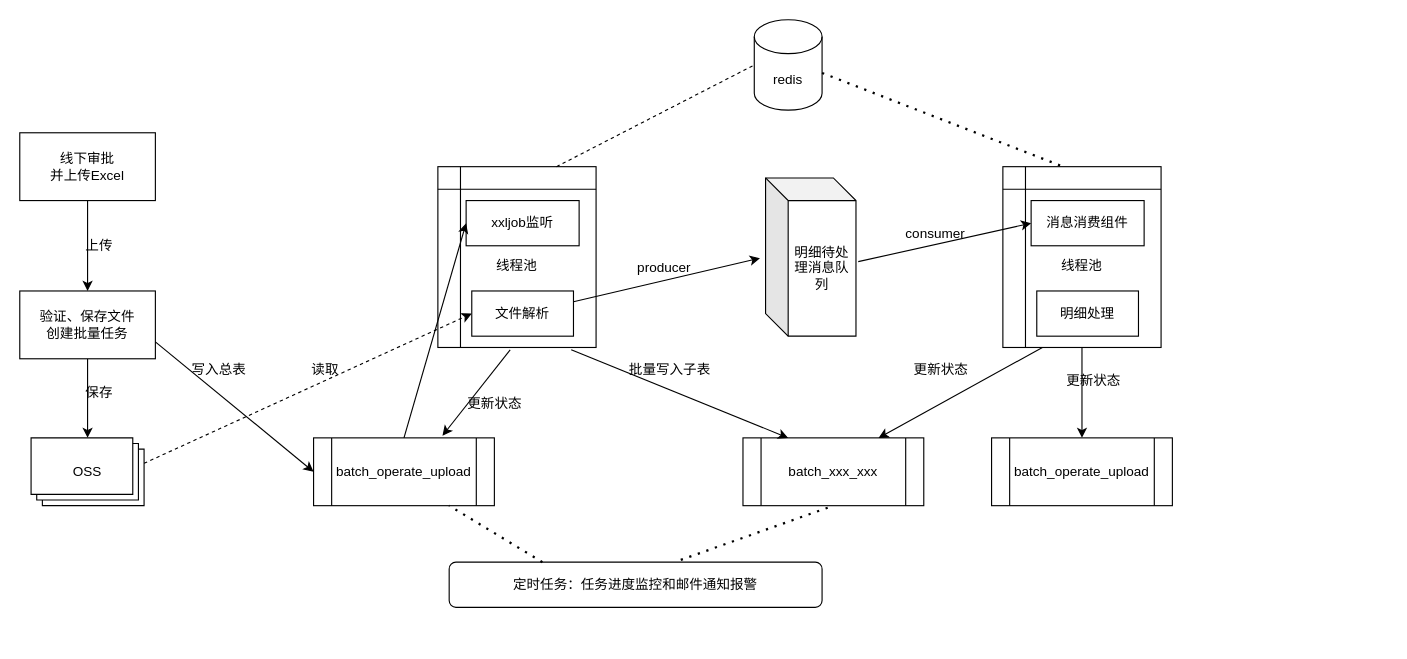
Before: batch_operate_upload.drawio in mirai3zZ/mojito, a draw.io diagram. Source tidied: cells renumbered, new cells numbered last; positions are measured from the earlier drawing's top-left corner, leaving out a move shared by most shapes. Both pictures are drawn from the tidied source at 113%, with x=0, y=0 at pixel (19, 19).
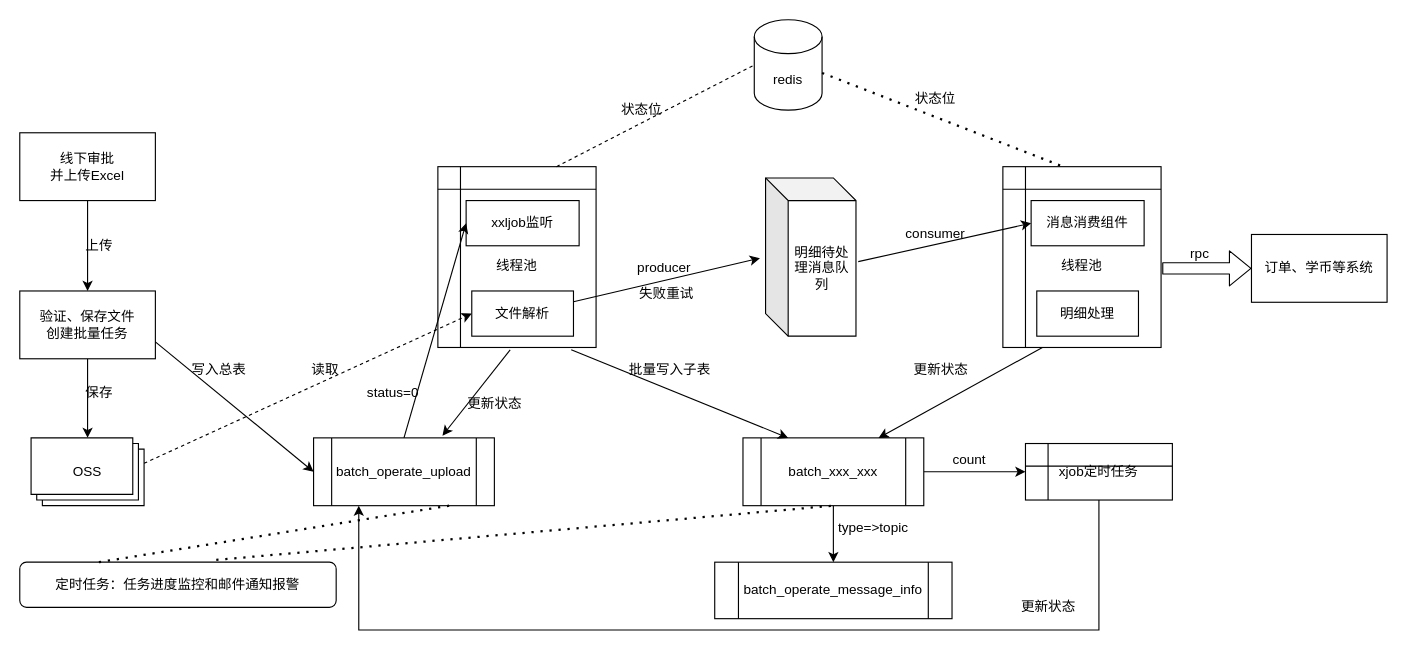
The same diagram, later.

Unchanged cells that the change refers to:
```xml
<mxCell id="9" value="batch_operate_upload" style="shape=process;whiteSpace=wrap;html=1;backgroundOutline=1;" parent="1" vertex="1">
  <mxGeometry x="260" y="370" width="160" height="60" as="geometry" />
</mxCell>
<mxCell id="27" value="&lt;br&gt;线程池&lt;br&gt;" style="shape=internalStorage;whiteSpace=wrap;html=1;backgroundOutline=1;" parent="1" vertex="1">
  <mxGeometry x="870" y="130" width="140" height="160" as="geometry" />
</mxCell>
<mxCell id="33" value="batch_xxx_xxx" style="shape=process;whiteSpace=wrap;html=1;backgroundOutline=1;" parent="1" vertex="1">
  <mxGeometry x="640" y="370" width="160" height="60" as="geometry" />
</mxCell>
```

Diff of the diagram source:
```diff
@@
-    <mxCell id="26" style="edgeStyle=orthogonalEdgeStyle;rounded=0;jettySize=auto;html=1;" parent="1" edge="1" source="27" target="38">
-      <mxGeometry relative="1" as="geometry" />
-    </mxCell>
@@
+    <mxCell id="43" style="edgeStyle=orthogonalEdgeStyle;rounded=0;jettySize=auto;html=1;" parent="1" edge="1" source="33" target="49">
+      <mxGeometry relative="1" as="geometry" />
+    </mxCell>
+    <mxCell id="44" style="edgeStyle=orthogonalEdgeStyle;rounded=0;jettySize=auto;html=1;" parent="1" edge="1" source="33" target="51">
+      <mxGeometry relative="1" as="geometry" />
+    </mxCell>
@@
-    <mxCell id="38" value="batch_operate_upload" style="shape=process;whiteSpace=wrap;html=1;backgroundOutline=1;" parent="1" vertex="1">
-      <mxGeometry x="860" y="370" width="160" height="60" as="geometry" />
-    </mxCell>
     <mxCell id="39" value="更新状态" style="text;html=1;align=center;verticalAlign=middle;" parent="1" vertex="1">
-      <mxGeometry x="920" y="310" width="60" height="20" as="geometry" />
+      <mxGeometry x="880" y="510" width="60" height="20" as="geometry" />
     </mxCell>
     <mxCell id="40" value="定时任务：任务进度监控和邮件通知报警" style="rounded=1;whiteSpace=wrap;html=1;" parent="1" vertex="1">
-      <mxGeometry x="380" y="480" width="330" height="40" as="geometry" />
+      <mxGeometry y="480" width="280" height="40" as="geometry" />
     </mxCell>
@@
+    <mxCell id="45" value="status=0" style="text;html=1;align=center;verticalAlign=middle;" parent="1" vertex="1">
+      <mxGeometry x="300" y="320" width="60" height="20" as="geometry" />
+    </mxCell>
+    <mxCell id="46" value="状态位" style="text;html=1;align=center;verticalAlign=middle;" parent="1" vertex="1">
+      <mxGeometry x="525" y="70" width="50" height="20" as="geometry" />
+    </mxCell>
+    <mxCell id="47" value="状态位" style="text;html=1;align=center;verticalAlign=middle;" parent="1" vertex="1">
+      <mxGeometry x="785" y="60" width="50" height="20" as="geometry" />
+    </mxCell>
+    <mxCell id="48" style="edgeStyle=orthogonalEdgeStyle;rounded=0;jettySize=auto;html=1;entryX=0.25;entryY=1;entryDx=0;entryDy=0;" parent="1" edge="1" source="49" target="9">
+      <mxGeometry relative="1" as="geometry">
+        <Array as="points">
+          <mxPoint x="955" y="540" />
+          <mxPoint x="300" y="540" />
+        </Array>
+      </mxGeometry>
+    </mxCell>
+    <mxCell id="49" value="xjob定时任务" style="shape=internalStorage;whiteSpace=wrap;html=1;backgroundOutline=1;" parent="1" vertex="1">
+      <mxGeometry x="890" y="375" width="130" height="50" as="geometry" />
+    </mxCell>
+    <mxCell id="50" value="count" style="text;html=1;align=center;verticalAlign=middle;" parent="1" vertex="1">
+      <mxGeometry x="820" y="380" width="40" height="20" as="geometry" />
+    </mxCell>
+    <mxCell id="51" value="batch_operate_message_info" style="shape=process;whiteSpace=wrap;html=1;backgroundOutline=1;" parent="1" vertex="1">
+      <mxGeometry x="615" y="480" width="210" height="50" as="geometry" />
+    </mxCell>
+    <mxCell id="52" value="type=&amp;gt;topic" style="text;html=1;align=center;verticalAlign=middle;" parent="1" vertex="1">
+      <mxGeometry x="715" y="440" width="80" height="20" as="geometry" />
+    </mxCell>
+    <mxCell id="53" value="订单、学币等系统" style="rounded=0;whiteSpace=wrap;html=1;" parent="1" vertex="1">
+      <mxGeometry x="1090" y="190" width="120" height="60" as="geometry" />
+    </mxCell>
+    <mxCell id="54" style="shape=flexArrow;endArrow=classic;html=1;entryX=0;entryY=0.5;entryDx=0;entryDy=0;" parent="1" edge="1" target="53">
+      <mxGeometry relative="1" as="geometry">
+        <mxPoint x="1011" y="220" as="sourcePoint" />
+      </mxGeometry>
+    </mxCell>
+    <mxCell id="55" value="rpc" style="text;html=1;align=center;verticalAlign=middle;" parent="1" vertex="1">
+      <mxGeometry x="1029" y="197" width="30" height="20" as="geometry" />
+    </mxCell>
+    <mxCell id="56" value="失败重试" style="text;html=1;align=center;verticalAlign=middle;" parent="1" vertex="1">
+      <mxGeometry x="542" y="233" width="60" height="20" as="geometry" />
+    </mxCell>
```
